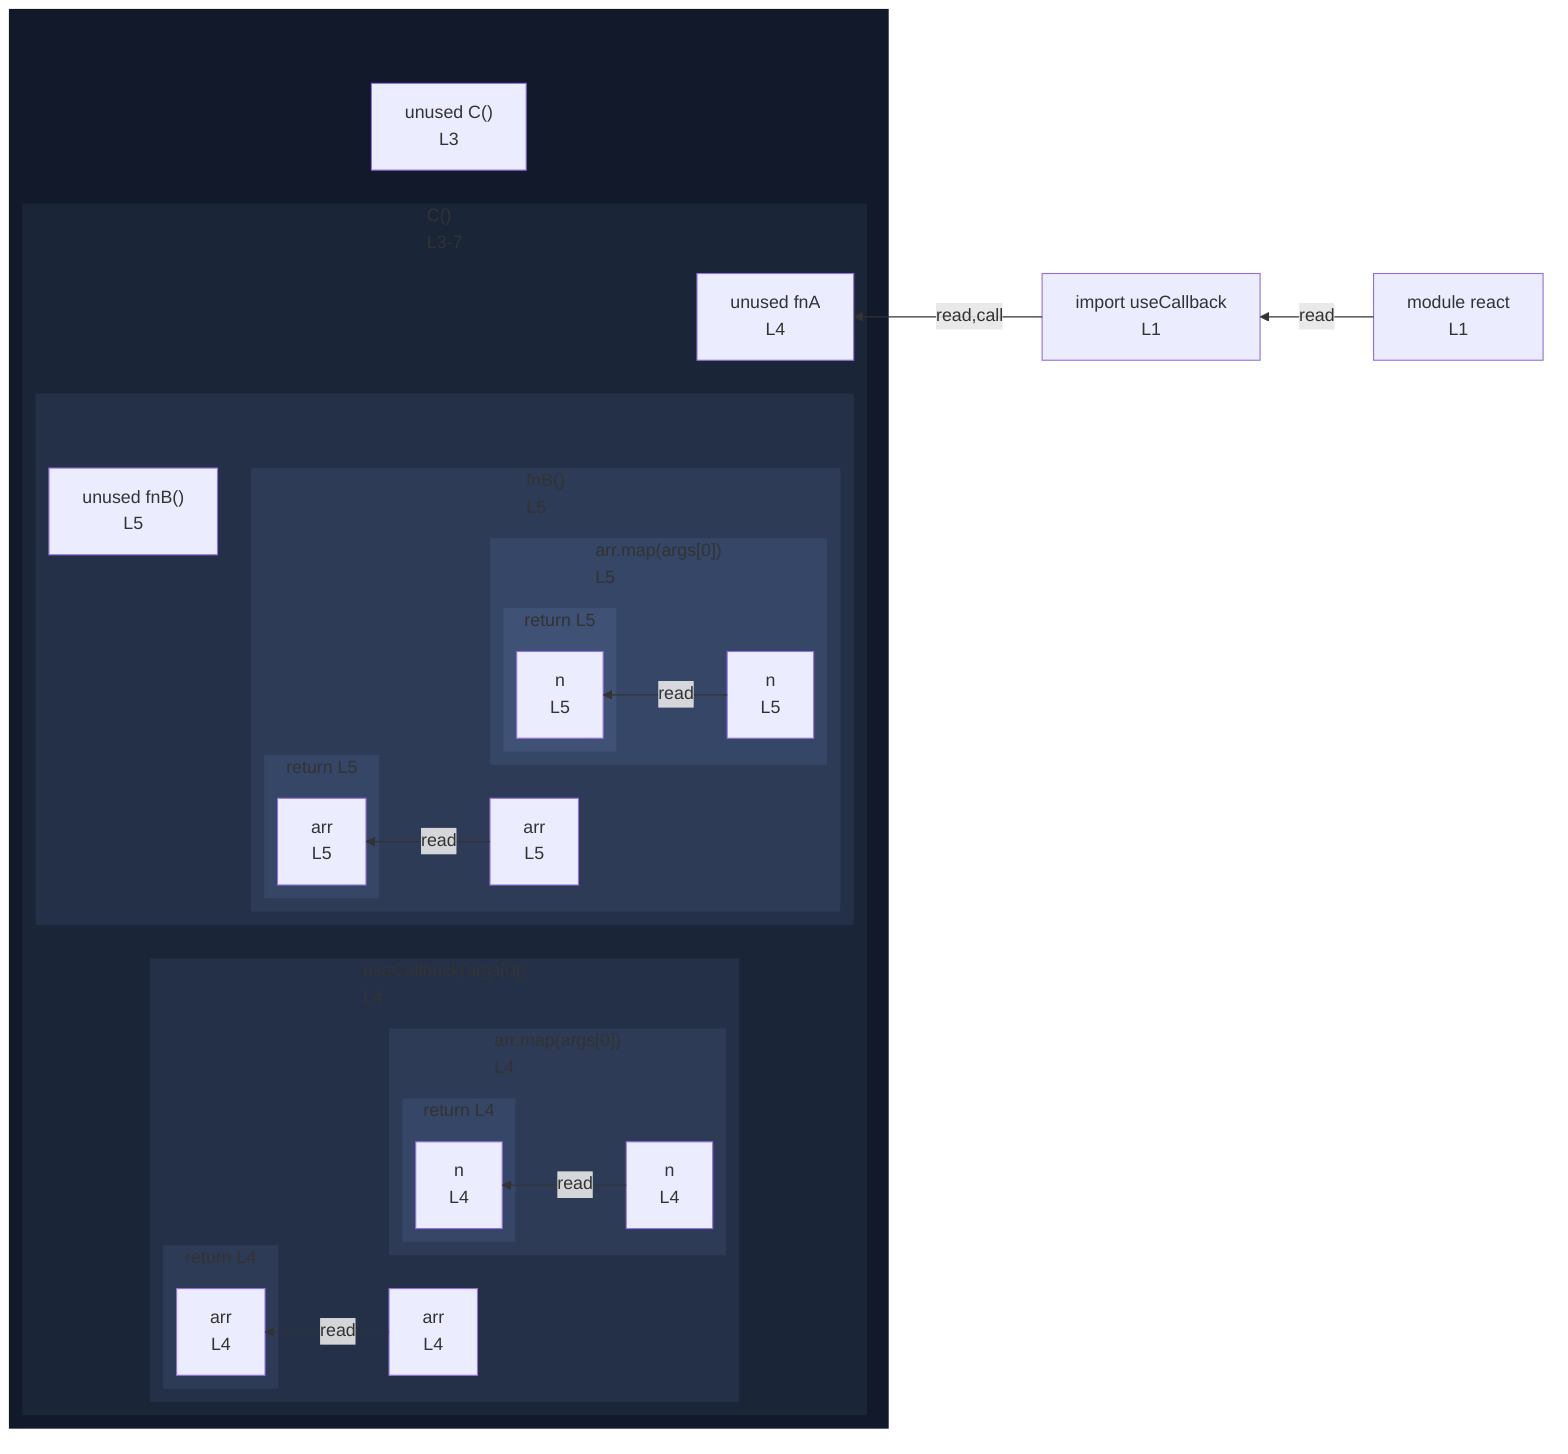
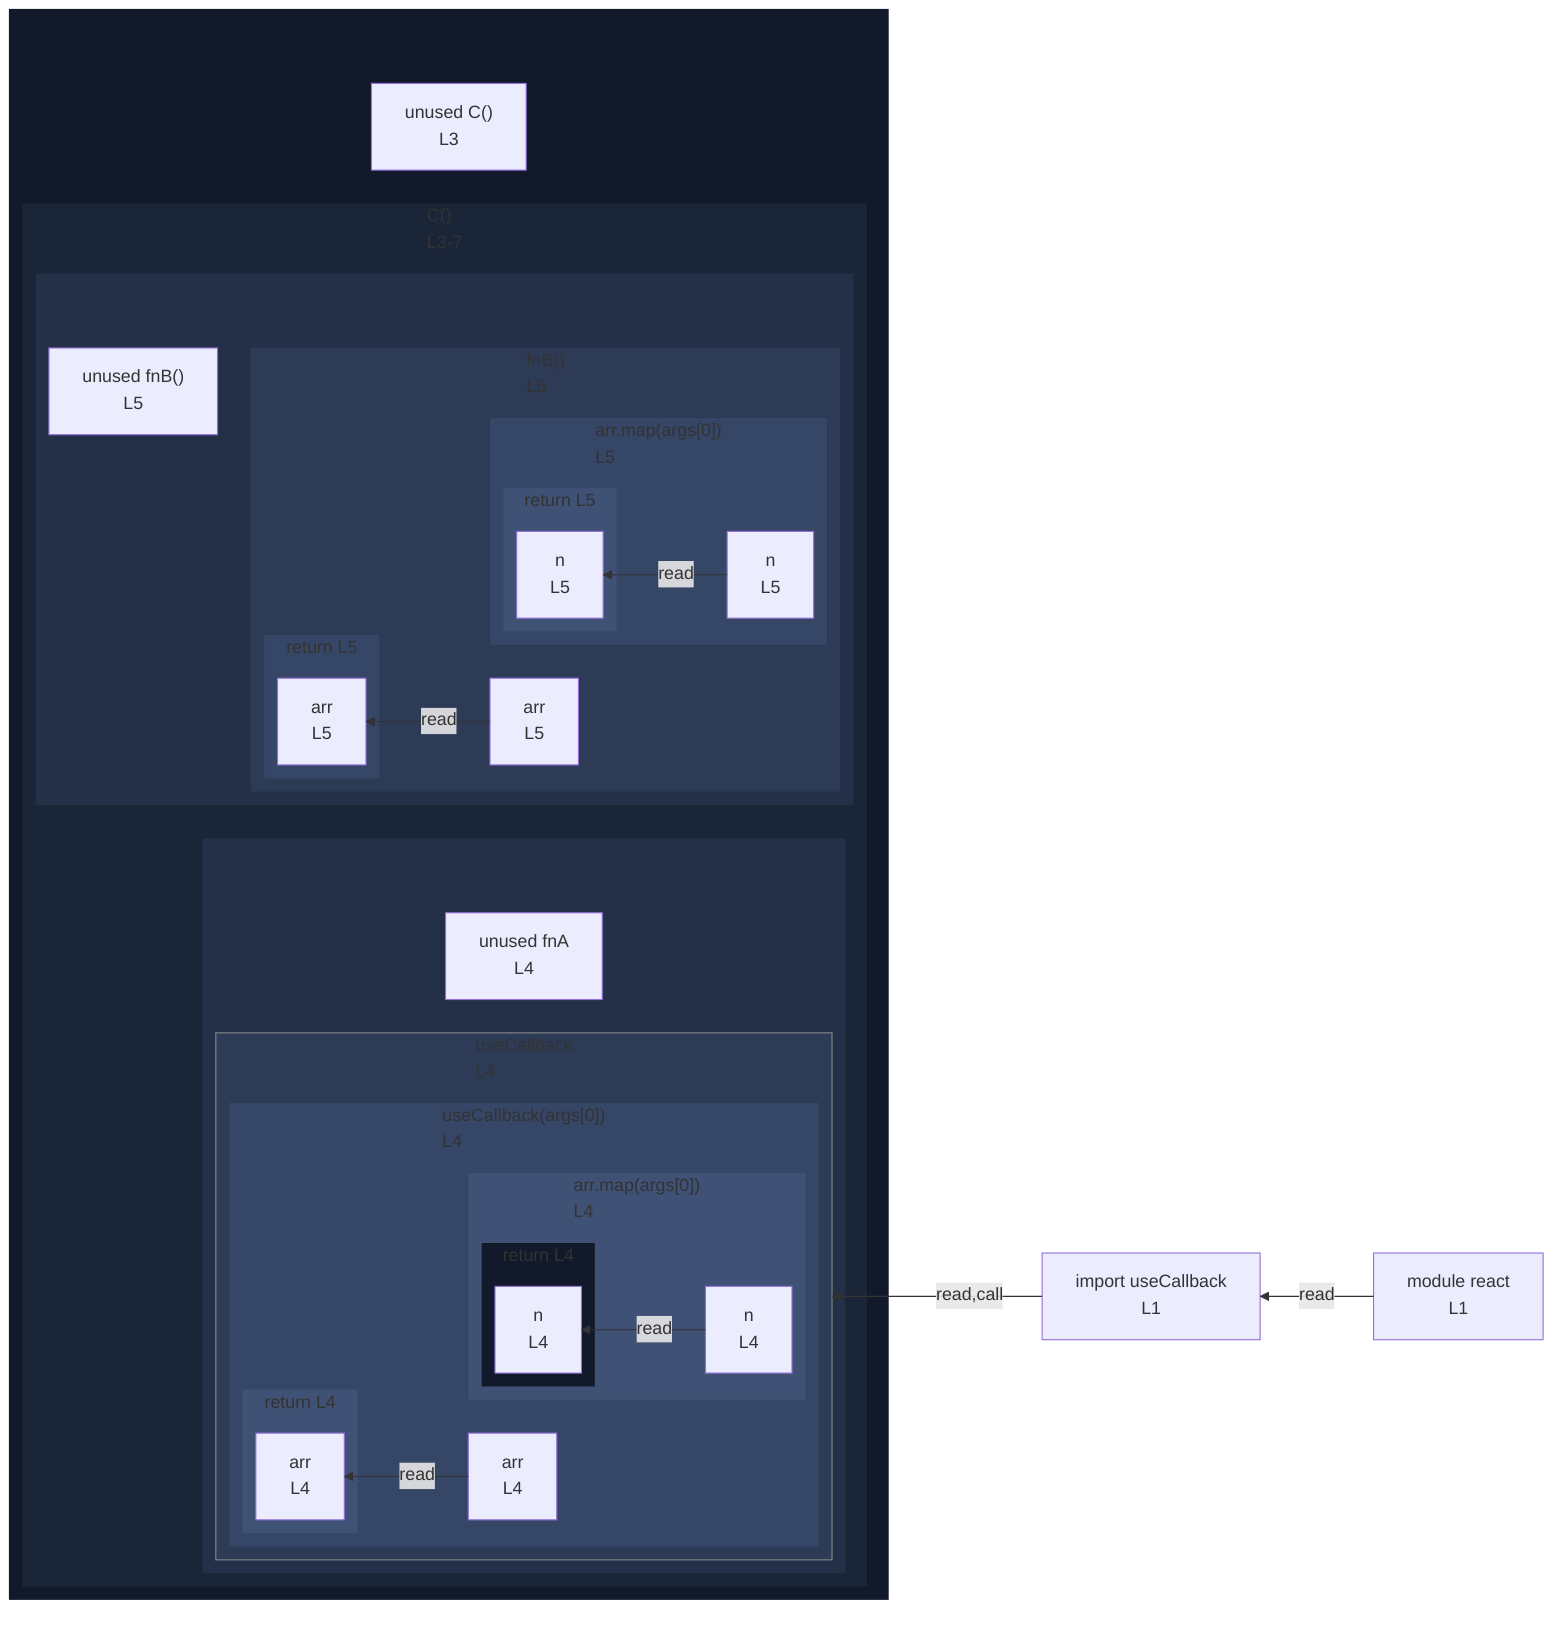
%%{init: {"flowchart": {"defaultRenderer": "elk"}}}%%
flowchart RL
  n_scope_0_useCallback_9["import useCallback<br/>L1"]
  subgraph wrap_s_scope_1[" "]
    direction TB
    n_scope_0_C_44["unused C()<br/>L3"]
    subgraph s_scope_1["C()<br/>L3-7"]
      direction RL
-       n_scope_1_fnA_64["unused fnA<br/>L4"]
-       subgraph s_scope_2["useCallback(args[0])<br/>L4"]
-         direction RL
-         n_scope_2_arr_83["arr<br/>L4"]
-         subgraph s_scope_3["arr.map(args[0])<br/>L4"]
+       subgraph wrap_call_proxy_ref_2[" "]
+         direction TB
+         n_scope_1_fnA_64["unused fnA<br/>L4"]
+         subgraph call_proxy_ref_2["useCallback<br/>L4"]
          direction RL
-           n_scope_3_n_110["n<br/>L4"]
-           subgraph s_return_scope_0_C_44_116_121["return L4"]
+           subgraph s_scope_2["useCallback(args[0])<br/>L4"]
            direction RL
-             ret_use_ref_4["n<br/>L4"]
+             n_scope_2_arr_83["arr<br/>L4"]
+             subgraph s_scope_3["arr.map(args[0])<br/>L4"]
+               direction RL
+               n_scope_3_n_110["n<br/>L4"]
+               subgraph s_return_scope_0_C_44_116_121["return L4"]
+                 direction RL
+                 ret_use_ref_4["n<br/>L4"]
+               end
+             end
+             subgraph s_return_scope_0_C_44_101_122["return L4"]
+               direction RL
+               ret_use_ref_3["arr<br/>L4"]
+             end
          end
-         end
-         subgraph s_return_scope_0_C_44_101_122["return L4"]
-           direction RL
-           ret_use_ref_3["arr<br/>L4"]
        end
      end
      subgraph wrap_s_scope_4[" "]
        direction TB
        n_scope_1_fnB_137["unused fnB()<br/>L5"]
        subgraph s_scope_4["fnB()<br/>L5"]
          direction RL
          n_scope_4_arr_144["arr<br/>L5"]
          subgraph s_scope_5["arr.map(args[0])<br/>L5"]
            direction RL
            n_scope_5_n_171["n<br/>L5"]
            subgraph s_return_scope_1_fnB_137_177_182["return L5"]
              direction RL
              ret_use_ref_7["n<br/>L5"]
            end
          end
          subgraph s_return_scope_1_fnB_137_162_183["return L5"]
            direction RL
            ret_use_ref_6["arr<br/>L5"]
          end
        end
      end
    end
  end
-   n_scope_0_useCallback_9 -->|read,call| n_scope_1_fnA_64
+   n_scope_0_useCallback_9 -->|read,call| call_proxy_ref_2
  n_scope_2_arr_83 -->|read| ret_use_ref_3
  n_scope_3_n_110 -->|read| ret_use_ref_4
  n_scope_4_arr_144 -->|read| ret_use_ref_6
  n_scope_5_n_171 -->|read| ret_use_ref_7
  mod_react["module react<br/>L1"]
  mod_react -->|read| n_scope_0_useCallback_9
  classDef nestL1 fill:#11192a,stroke:transparent;
  class wrap_s_scope_1 nestL1;
+   class s_return_scope_0_C_44_116_121 nestL1;
  classDef nestL2 fill:#1a2538,stroke:transparent;
  class s_scope_1 nestL2;
  classDef nestL3 fill:#243047,stroke:transparent;
-   class s_scope_2 nestL3;
+   class wrap_call_proxy_ref_2 nestL3;
  class wrap_s_scope_4 nestL3;
  classDef nestL4 fill:#2d3b57,stroke:transparent;
-   class s_scope_3 nestL4;
-   class s_return_scope_0_C_44_101_122 nestL4;
+   class call_proxy_ref_2 nestL4;
  class s_scope_4 nestL4;
  classDef nestL5 fill:#364666,stroke:transparent;
-   class s_return_scope_0_C_44_116_121 nestL5;
+   class s_scope_2 nestL5;
  class s_scope_5 nestL5;
  class s_return_scope_1_fnB_137_162_183 nestL5;
  classDef nestL6 fill:#3f5175,stroke:transparent;
+   class s_scope_3 nestL6;
+   class s_return_scope_0_C_44_101_122 nestL6;
  class s_return_scope_1_fnB_137_177_182 nestL6;
+   classDef edgeTargetSubgraph stroke:#888;
+   class call_proxy_ref_2 edgeTargetSubgraph;
